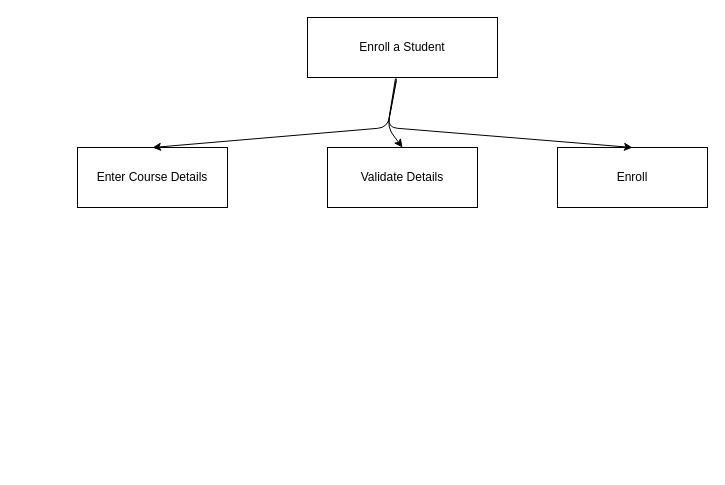
The draw.io diagram page "DialogStructureDiagram" (5 of 5) of Unit2Question2.drawio in logankilpatrick/OxfordUnit2, before the edit. Source tidied: cells renumbered, new cells numbered last; positions are measured from the earlier drawing's top-left corner, leaving out a move shared by most shapes. Both pictures are drawn from the tidied source at 100%, with x=0, y=0 at pixel (77, 17).
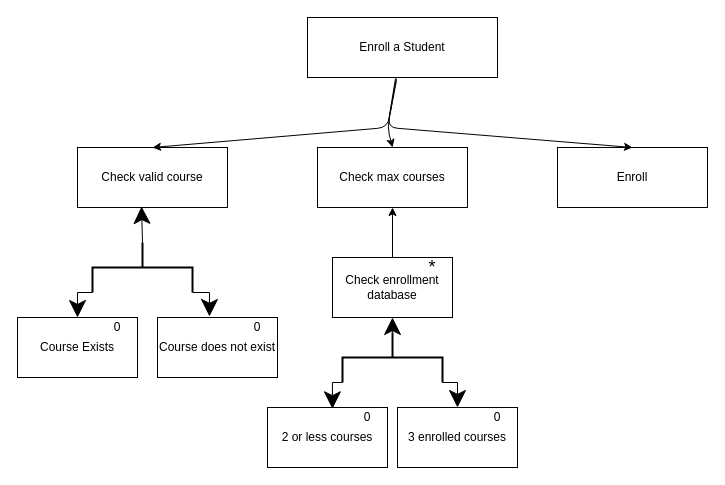
After the change.

What changed in the source:
```diff
@@
-    <mxCell id="3" value="Enter Course Details" style="rounded=0;whiteSpace=wrap;html=1;" parent="1" vertex="1">
+    <mxCell id="3" value="Check valid course" style="rounded=0;whiteSpace=wrap;html=1;" parent="1" vertex="1">
       <mxGeometry y="130" width="150" height="60" as="geometry" />
     </mxCell>
-    <mxCell id="4" value="Validate Details" style="rounded=0;whiteSpace=wrap;html=1;" parent="1" vertex="1">
-      <mxGeometry x="250" y="130" width="150" height="60" as="geometry" />
+    <mxCell id="4" value="Check max courses" style="rounded=0;whiteSpace=wrap;html=1;" parent="1" vertex="1">
+      <mxGeometry x="240" y="130" width="150" height="60" as="geometry" />
     </mxCell>
@@
+    <mxCell id="9" style="edgeStyle=orthogonalEdgeStyle;rounded=0;jettySize=auto;html=1;exitX=0;exitY=0.5;exitDx=0;exitDy=0;exitPerimeter=0;entryX=0.427;entryY=0.983;entryDx=0;entryDy=0;entryPerimeter=0;endSize=15;strokeWidth=1;" parent="1" edge="1" source="12" target="3">
+      <mxGeometry relative="1" as="geometry" />
+    </mxCell>
+    <mxCell id="10" style="edgeStyle=orthogonalEdgeStyle;rounded=0;jettySize=auto;html=1;exitX=1;exitY=1;exitDx=0;exitDy=0;exitPerimeter=0;entryX=0.5;entryY=0;entryDx=0;entryDy=0;endSize=15;strokeWidth=1;" parent="1" edge="1" source="12" target="14">
+      <mxGeometry relative="1" as="geometry" />
+    </mxCell>
+    <mxCell id="11" style="edgeStyle=orthogonalEdgeStyle;rounded=0;jettySize=auto;html=1;exitX=1;exitY=0;exitDx=0;exitDy=0;exitPerimeter=0;entryX=0.433;entryY=-0.017;entryDx=0;entryDy=0;entryPerimeter=0;endSize=15;strokeWidth=1;" parent="1" edge="1" source="12" target="13">
+      <mxGeometry relative="1" as="geometry" />
+    </mxCell>
+    <mxCell id="12" style="strokeWidth=2;html=1;shape=mxgraph.flowchart.annotation_2;align=left;labelPosition=right;rotation=90;" parent="1" vertex="1">
+      <mxGeometry x="40" y="200" width="50" height="100" as="geometry" />
+    </mxCell>
+    <mxCell id="13" value="Course does not exist" style="rounded=0;whiteSpace=wrap;html=1;" parent="1" vertex="1">
+      <mxGeometry x="80" y="300" width="120" height="60" as="geometry" />
+    </mxCell>
+    <mxCell id="14" value="Course Exists" style="rounded=0;whiteSpace=wrap;html=1;" parent="1" vertex="1">
+      <mxGeometry x="-60" y="300" width="120" height="60" as="geometry" />
+    </mxCell>
+    <mxCell id="15" style="edgeStyle=orthogonalEdgeStyle;rounded=0;jettySize=auto;html=1;exitX=1;exitY=1;exitDx=0;exitDy=0;exitPerimeter=0;entryX=0.541;entryY=0.022;entryDx=0;entryDy=0;entryPerimeter=0;endSize=15;strokeWidth=1;" parent="1" edge="1" source="18" target="19">
+      <mxGeometry relative="1" as="geometry" />
+    </mxCell>
+    <mxCell id="16" style="edgeStyle=orthogonalEdgeStyle;rounded=0;jettySize=auto;html=1;exitX=1;exitY=0;exitDx=0;exitDy=0;exitPerimeter=0;entryX=0.5;entryY=0;entryDx=0;entryDy=0;endSize=15;strokeWidth=1;" parent="1" edge="1" source="18" target="20">
+      <mxGeometry relative="1" as="geometry" />
+    </mxCell>
+    <mxCell id="17" style="edgeStyle=orthogonalEdgeStyle;rounded=0;jettySize=auto;html=1;exitX=0;exitY=0.5;exitDx=0;exitDy=0;exitPerimeter=0;entryX=0.5;entryY=1;entryDx=0;entryDy=0;endSize=15;strokeWidth=1;" parent="1" edge="1" source="18" target="21">
+      <mxGeometry relative="1" as="geometry" />
+    </mxCell>
+    <mxCell id="18" style="strokeWidth=2;html=1;shape=mxgraph.flowchart.annotation_2;align=left;labelPosition=right;rotation=90;" parent="1" vertex="1">
+      <mxGeometry x="290" y="290" width="50" height="100" as="geometry" />
+    </mxCell>
+    <mxCell id="19" value="2 or less courses" style="rounded=0;whiteSpace=wrap;html=1;" parent="1" vertex="1">
+      <mxGeometry x="190" y="390" width="120" height="60" as="geometry" />
+    </mxCell>
+    <mxCell id="20" value="3 enrolled courses" style="rounded=0;whiteSpace=wrap;html=1;" parent="1" vertex="1">
+      <mxGeometry x="320" y="390" width="120" height="60" as="geometry" />
+    </mxCell>
+    <mxCell id="21" value="Check enrollment database" style="rounded=0;whiteSpace=wrap;html=1;" parent="1" vertex="1">
+      <mxGeometry x="255" y="240" width="120" height="60" as="geometry" />
+    </mxCell>
+    <mxCell id="22" style="endArrow=classic;html=1;strokeWidth=1;entryX=0.5;entryY=1;entryDx=0;entryDy=0;exitX=0.5;exitY=0;exitDx=0;exitDy=0;" parent="1" edge="1" source="21" target="4">
+      <mxGeometry relative="1" as="geometry" />
+    </mxCell>
+    <mxCell id="23" value="0" style="text;html=1;strokeColor=none;fillColor=none;align=center;verticalAlign=middle;whiteSpace=wrap;rounded=0;" parent="1" vertex="1">
+      <mxGeometry x="20" y="300" width="40" height="20" as="geometry" />
+    </mxCell>
+    <mxCell id="24" value="0" style="text;html=1;strokeColor=none;fillColor=none;align=center;verticalAlign=middle;whiteSpace=wrap;rounded=0;" parent="1" vertex="1">
+      <mxGeometry x="160" y="300" width="40" height="20" as="geometry" />
+    </mxCell>
+    <mxCell id="25" value="0" style="text;html=1;strokeColor=none;fillColor=none;align=center;verticalAlign=middle;whiteSpace=wrap;rounded=0;" parent="1" vertex="1">
+      <mxGeometry x="270" y="390" width="40" height="20" as="geometry" />
+    </mxCell>
+    <mxCell id="26" value="0" style="text;html=1;strokeColor=none;fillColor=none;align=center;verticalAlign=middle;whiteSpace=wrap;rounded=0;" parent="1" vertex="1">
+      <mxGeometry x="400" y="390" width="40" height="20" as="geometry" />
+    </mxCell>
+    <mxCell id="27" value="*" style="text;html=1;strokeColor=none;fillColor=none;align=center;verticalAlign=middle;whiteSpace=wrap;rounded=0;fontSize=18;" parent="1" vertex="1">
+      <mxGeometry x="335" y="240" width="40" height="20" as="geometry" />
+    </mxCell>
```
